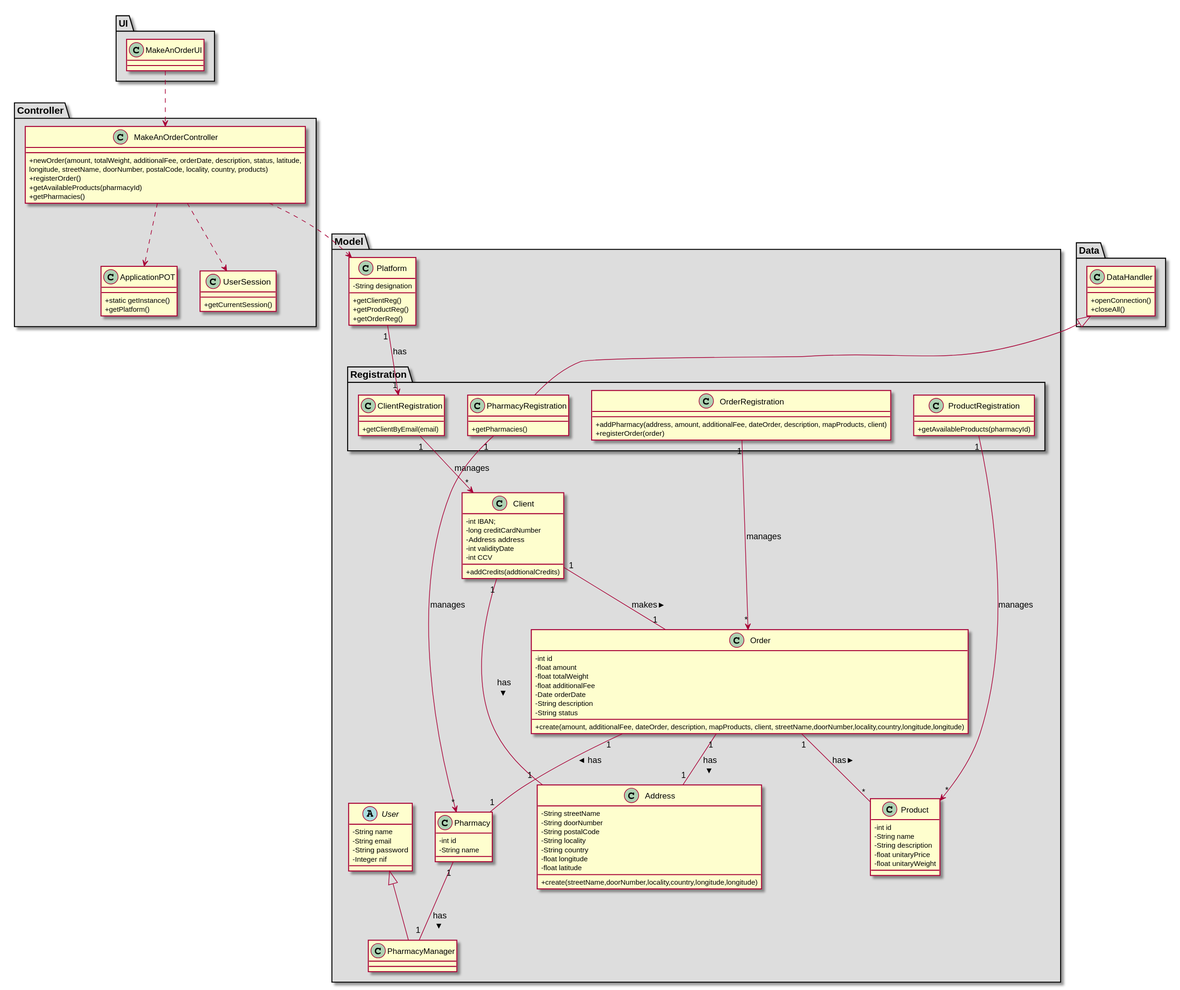
The PlantUML diagram docs/Iteration 1/Make An Order/US25_MakeAnOrder/US25_CD.svg in tiagoavcosta25/LAPR3, before a commit. Its diagram source:
```plantuml
@startuml
skinparam classAttributeIconSize 0

package "UI" #DDDDDD {
class MakeAnOrderUI{

}
}


package "Controller" #DDDDDD {
class MakeAnOrderController{
+newOrder(amount, totalWeight, additionalFee, orderDate, description, status, latitude,
longitude, streetName, doorNumber, postalCode, locality, country, products)
+registerOrder()
+getAvailableProducts(pharmacyId)
+getPharmacies()
}

class ApplicationPOT
{
  +static getInstance()
  +getPlatform()
}

class UserSession
{
  +getCurrentSession()
}
}


package "Model" #DDDDDD {
class Platform {
  -String designation
  +getClientReg()
  +getProductReg()
  +getOrderReg()
}
package "Registration" #DDDDDD {

  class OrderRegistration{
       +addPharmacy(address, amount, additionalFee, dateOrder, description, mapProducts, client)
       +registerOrder(order)
  }

  class PharmacyRegistration{
          +getPharmacies()
  }

  class ProductRegistration{
          +getAvailableProducts(pharmacyId)
  }
  class ClientRegistration{
        +getClientByEmail(email)
  }
 }
}

package "Model" #DDDDDD {
abstract class User{
-   String name
-   String email
-   String password
-   Integer nif
}

class Client{
-int IBAN;
-long creditCardNumber
-Address address
-int validityDate
-int CCV
+addCredits(addtionalCredits)
}

class Address{
-   String streetName
-   String doorNumber
-   String postalCode
-   String locality
-   String country
-   float longitude
-   float latitude
+create(streetName,doorNumber,locality,country,longitude,longitude)
}

class Order{
-   int id
-   float amount
-   float totalWeight
-   float additionalFee
-   Date orderDate
-   String description
-   String status
+create(amount, additionalFee, dateOrder, description, mapProducts, client, streetName,doorNumber,locality,country,longitude,longitude)
}

class Product{
-   int id
-   String name
-   String description
-   float unitaryPrice
-   float unitaryWeight
}

class Pharmacy{
-   int id
-   String name
}

class PharmacyManager{
}

}


package "Data" #DDDDDD {
class DataHandler{
    +openConnection()
    +closeAll()
}
}

class PharmacyRegistration extends DataHandler

class PharmacyManager extends User

MakeAnOrderUI ..> MakeAnOrderController
MakeAnOrderController ..> Platform
MakeAnOrderController ..> ApplicationPOT
MakeAnOrderController ..> UserSession
Platform "1" --> "1" ClientRegistration : has
ClientRegistration "1" --> "*" Client : manages
ProductRegistration "1" --> "*" Product : manages
OrderRegistration "1" --> "*" Order : manages
PharmacyRegistration "1" --> "*" Pharmacy : manages

Order "1" -- "*" Product : has >
Order "1" -- "1" Pharmacy : has >
Client "1" -- "1" Order : makes >
Client "1" -- "1" Address : has >
Order "1" -- "1" Address : has >
Pharmacy "1" -- "1" PharmacyManager : has >

@enduml
```
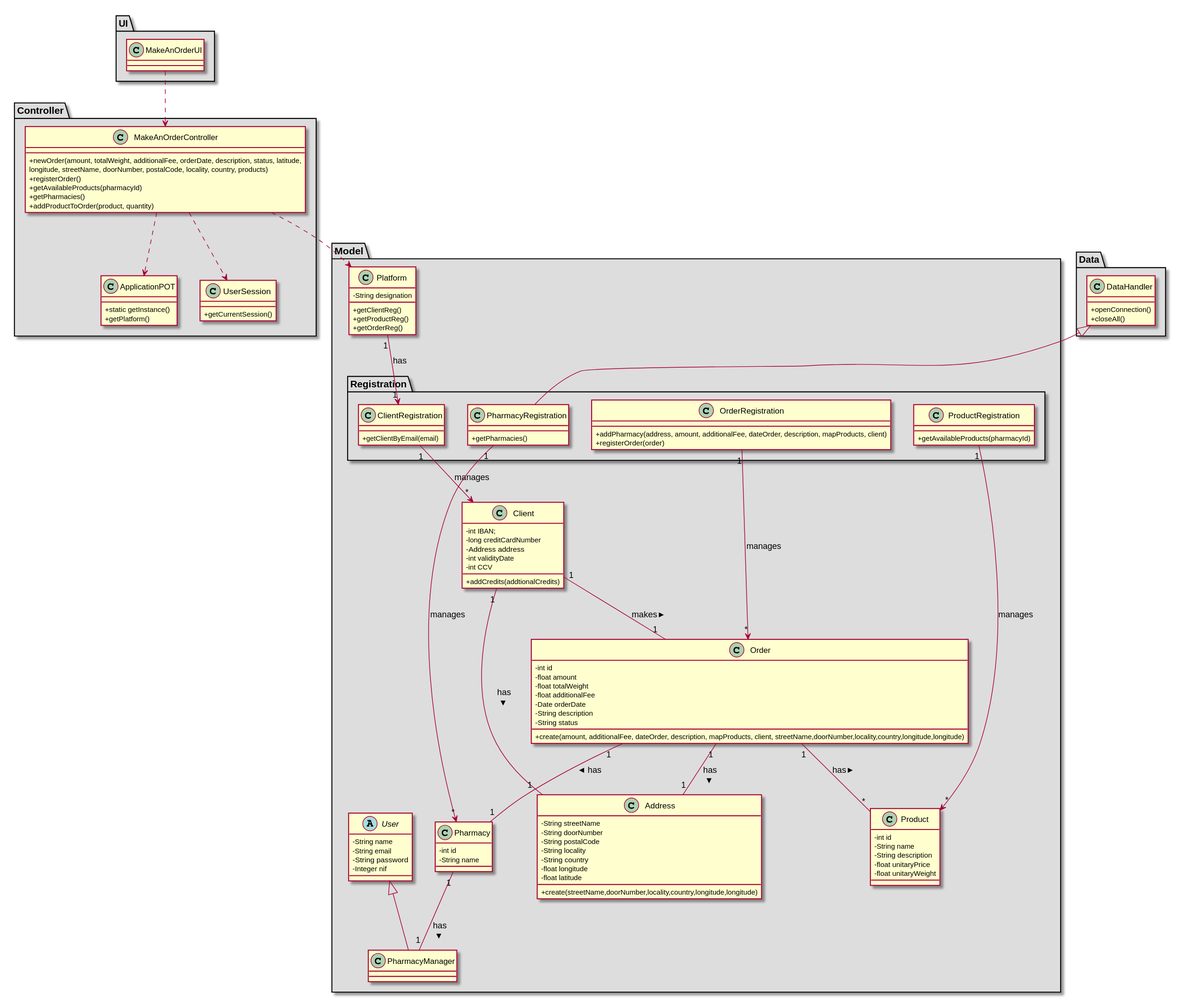
After the commit.

What changed in the source:
```diff
@@ -15,6 +15,7 @@
 +registerOrder()
 +getAvailableProducts(pharmacyId)
 +getPharmacies()
++addProductToOrder(product, quantity)
 }
 
 class ApplicationPOT
```
